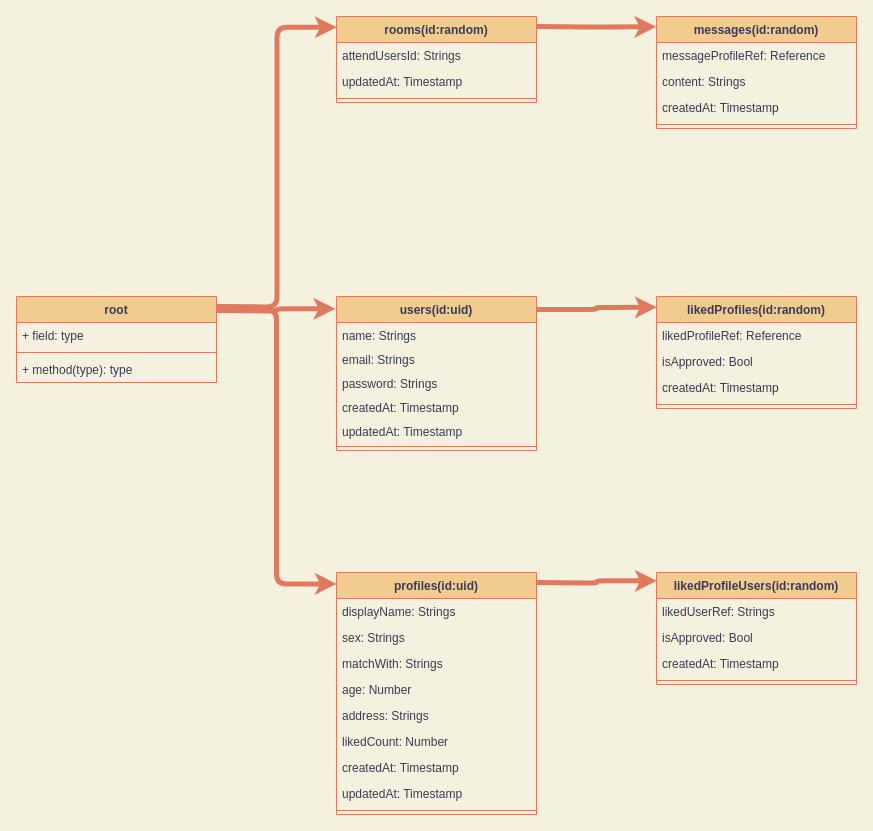
This is store/firestore.drawio from KoheiB/my-matching-app, a draw.io file, before an edit. Source tidied: cells renumbered, new cells numbered last; positions are measured from the earlier drawing's top-left corner, leaving out a move shared by most shapes. Both pictures are drawn from the tidied source at 100%, with x=0, y=0 at pixel (16, 16).
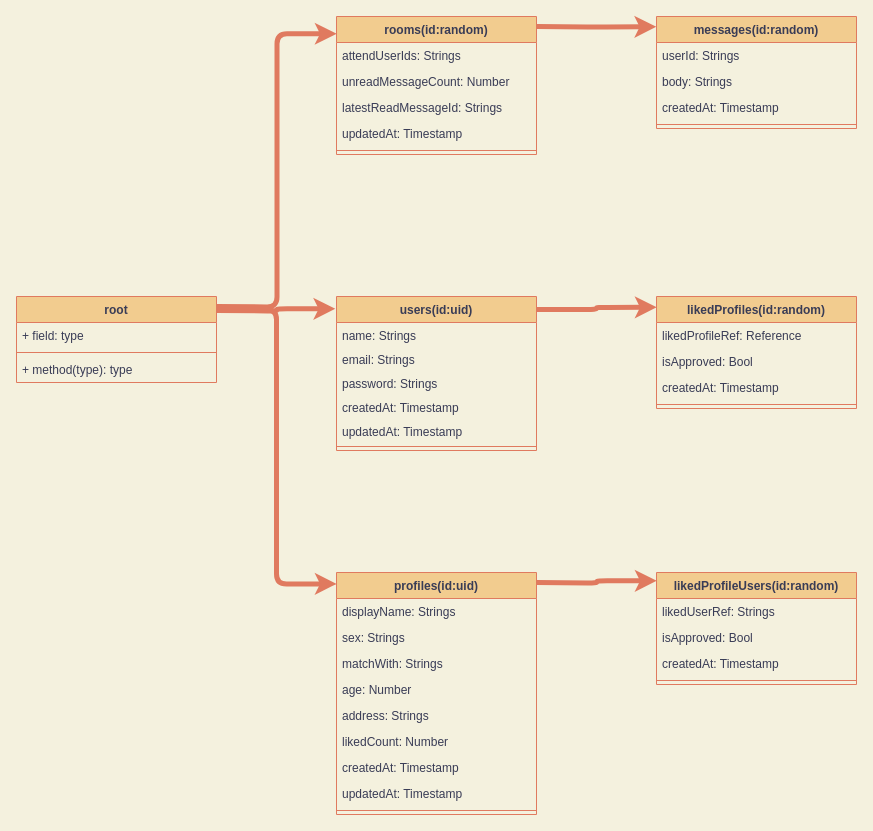
After the change.

Unchanged cells that the change refers to:
```xml
<mxCell id="38" value="messages(id:random)" style="swimlane;fontStyle=1;align=center;verticalAlign=top;horizontal=1;startSize=26;fillColor=#F2CC8F;strokeColor=#E07A5F;fontColor=#393C56;" parent="1" vertex="1">
  <mxGeometry x="640" width="200" height="112" as="geometry" />
</mxCell>
```

The edit, as a diff of the source:
```diff
@@
     <mxCell id="29" value="rooms(id:random)" style="swimlane;fontStyle=1;align=center;verticalAlign=top;horizontal=1;startSize=26;fillColor=#F2CC8F;strokeColor=#E07A5F;fontColor=#393C56;" parent="1" vertex="1">
-      <mxGeometry x="320" width="200" height="86" as="geometry" />
+      <mxGeometry x="320" width="200" height="138" as="geometry" />
     </mxCell>
-    <mxCell id="30" value="attendUsersId: Strings" style="text;strokeColor=none;fillColor=none;align=left;verticalAlign=top;spacingLeft=4;spacingRight=4;overflow=hidden;fontColor=#393C56;" parent="29" vertex="1">
+    <mxCell id="30" value="attendUserIds: Strings" style="text;strokeColor=none;fillColor=none;align=left;verticalAlign=top;spacingLeft=4;spacingRight=4;overflow=hidden;fontColor=#393C56;" parent="29" vertex="1">
       <mxGeometry y="26" width="200" height="26" as="geometry" />
     </mxCell>
+    <mxCell id="48" value="unreadMessageCount: Number" style="text;strokeColor=none;fillColor=none;align=left;verticalAlign=top;spacingLeft=4;spacingRight=4;overflow=hidden;fontColor=#393C56;" parent="29" vertex="1">
+      <mxGeometry y="52" width="200" height="26" as="geometry" />
+    </mxCell>
+    <mxCell id="49" value="latestReadMessageId: Strings" style="text;strokeColor=none;fillColor=none;align=left;verticalAlign=top;spacingLeft=4;spacingRight=4;overflow=hidden;fontColor=#393C56;" parent="29" vertex="1">
+      <mxGeometry y="78" width="200" height="26" as="geometry" />
+    </mxCell>
     <mxCell id="31" value="updatedAt: Timestamp" style="text;strokeColor=none;fillColor=none;align=left;verticalAlign=top;spacingLeft=4;spacingRight=4;overflow=hidden;fontColor=#393C56;" parent="29" vertex="1">
-      <mxGeometry y="52" width="200" height="26" as="geometry" />
+      <mxGeometry y="104" width="200" height="26" as="geometry" />
     </mxCell>
     <mxCell id="32" style="line;strokeWidth=1;fillColor=none;align=left;verticalAlign=middle;spacingTop=-1;spacingLeft=3;spacingRight=3;labelPosition=right;strokeColor=#E07A5F;fontColor=#393C56;labelBackgroundColor=#F4F1DE;" parent="29" vertex="1">
-      <mxGeometry y="78" width="200" height="8" as="geometry" />
+      <mxGeometry y="130" width="200" height="8" as="geometry" />
     </mxCell>
@@
-    <mxCell id="39" value="messageProfileRef: Reference" style="text;strokeColor=none;fillColor=none;align=left;verticalAlign=top;spacingLeft=4;spacingRight=4;overflow=hidden;fontColor=#393C56;" parent="38" vertex="1">
+    <mxCell id="39" value="userId: Strings" style="text;strokeColor=none;fillColor=none;align=left;verticalAlign=top;spacingLeft=4;spacingRight=4;overflow=hidden;fontColor=#393C56;" parent="38" vertex="1">
       <mxGeometry y="26" width="200" height="26" as="geometry" />
     </mxCell>
-    <mxCell id="40" value="content: Strings" style="text;strokeColor=none;fillColor=none;align=left;verticalAlign=top;spacingLeft=4;spacingRight=4;overflow=hidden;fontColor=#393C56;" parent="38" vertex="1">
+    <mxCell id="40" value="body: Strings" style="text;strokeColor=none;fillColor=none;align=left;verticalAlign=top;spacingLeft=4;spacingRight=4;overflow=hidden;fontColor=#393C56;" parent="38" vertex="1">
       <mxGeometry y="52" width="200" height="26" as="geometry" />
     </mxCell>
```
